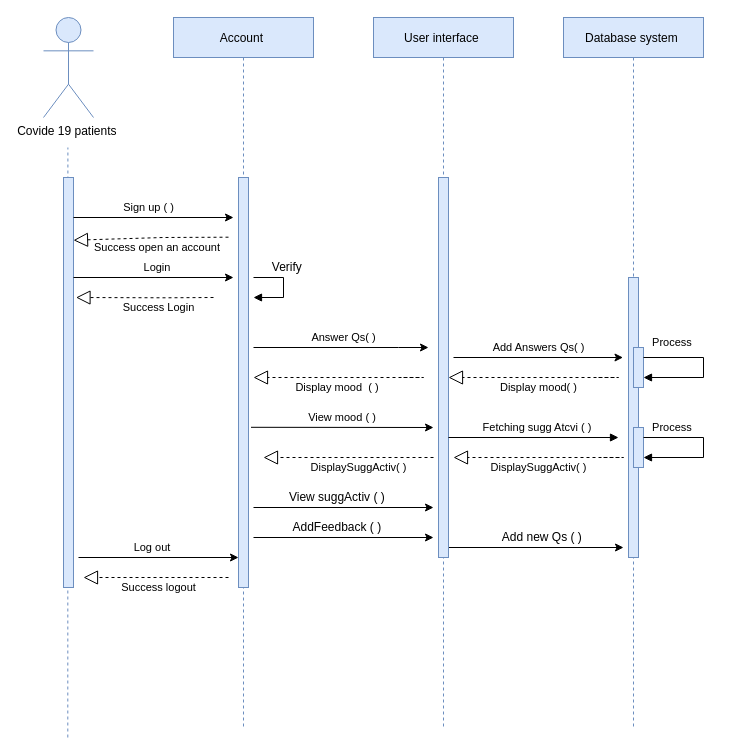
The draw.io diagram SeqDia_GP.drawio in Alaa-salm/lolo, before the edit. Source tidied: cells renumbered, new cells numbered last; positions are measured from the earlier drawing's top-left corner, leaving out a move shared by most shapes. Both pictures are drawn from the tidied source at 100%, with x=0, y=0 at pixel (43, 17).
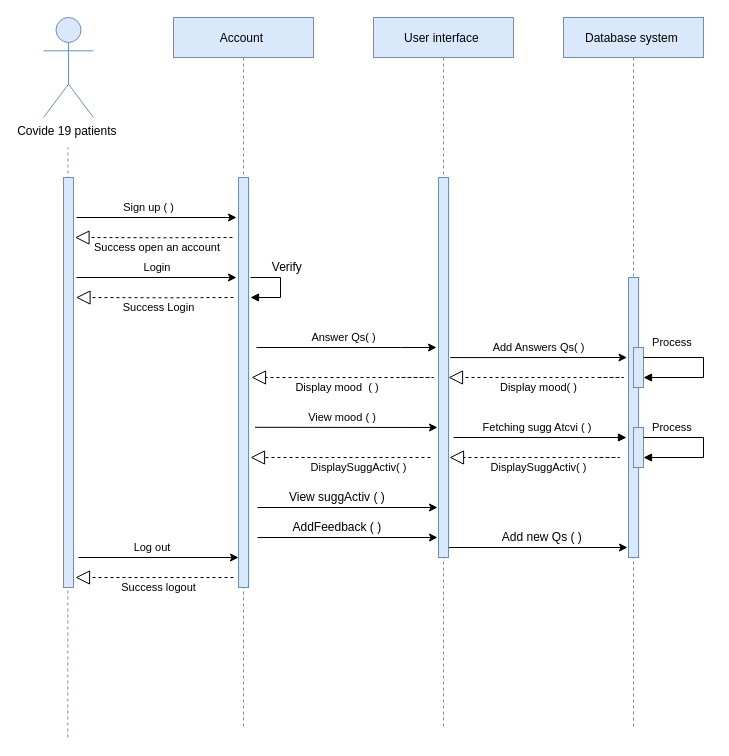
The same diagram, later.

The change refers to these unchanged cells:
```xml
<mxCell id="2" value="Database system " style="shape=umlLifeline;perimeter=lifelinePerimeter;rounded=0;shadow=0;strokeWidth=1;fillColor=#dae8fc;strokeColor=#6c8ebf;" parent="1" vertex="1">
  <mxGeometry x="520" width="140" height="710" as="geometry" />
</mxCell>
<mxCell id="14" value="User interface " style="shape=umlLifeline;perimeter=lifelinePerimeter;rounded=0;shadow=0;strokeWidth=1;fillColor=#dae8fc;strokeColor=#6c8ebf;" parent="1" vertex="1">
  <mxGeometry x="330" width="140" height="710" as="geometry" />
</mxCell>
<mxCell id="21" style="html=1;points=[];perimeter=orthogonalPerimeter;labelBorderColor=none;fillColor=#dae8fc;strokeColor=#6c8ebf;" parent="1" vertex="1">
  <mxGeometry x="20" y="160" width="10" height="410" as="geometry" />
</mxCell>
<mxCell id="22" value="Account " style="shape=umlLifeline;perimeter=lifelinePerimeter;rounded=0;shadow=0;strokeWidth=1;fillColor=#dae8fc;strokeColor=#6c8ebf;" parent="1" vertex="1">
  <mxGeometry x="130" width="140" height="710" as="geometry" />
</mxCell>
```

The edit, as a diff of the source:
```diff
@@
-    <mxCell id="10" style="endArrow=classic;html=1;rounded=0;fontSize=11;" parent="2" edge="1">
+    <mxCell id="10" style="endArrow=classic;html=1;rounded=0;fontSize=11;exitX=0.548;exitY=0.479;exitDx=0;exitDy=0;exitPerimeter=0;" parent="2" edge="1" source="14">
       <mxGeometry relative="1" as="geometry">
-        <mxPoint x="-110" y="340" as="sourcePoint" />
-        <mxPoint x="59.5" y="340" as="targetPoint" />
+        <mxPoint x="63.5" y="340" as="targetPoint" />
       </mxGeometry>
     </mxCell>
     <mxCell id="11" style="endArrow=block;dashed=1;endFill=0;endSize=12;html=1;rounded=0;fontSize=11;" parent="2" edge="1">
       <mxGeometry relative="1" as="geometry">
-        <mxPoint x="40" y="440" as="sourcePoint" />
-        <mxPoint x="-110" y="440" as="targetPoint" />
+        <mxPoint x="36" y="440" as="sourcePoint" />
+        <mxPoint x="-114" y="440" as="targetPoint" />
         <Array as="points">
-          <mxPoint x="50" y="440" />
-          <mxPoint x="60" y="440" />
-          <mxPoint x="40" y="440" />
+          <mxPoint x="46" y="440" />
+          <mxPoint x="56" y="440" />
+          <mxPoint x="36" y="440" />
         </Array>
       </mxGeometry>
     </mxCell>
@@
     <mxCell id="13" style="endArrow=classic;html=1;rounded=0;fontSize=11;" parent="2" edge="1">
       <mxGeometry relative="1" as="geometry">
-        <mxPoint x="-120" y="530" as="sourcePoint" />
-        <mxPoint x="60" y="530" as="targetPoint" />
+        <mxPoint x="-116" y="530" as="sourcePoint" />
+        <mxPoint x="64" y="530" as="targetPoint" />
       </mxGeometry>
     </mxCell>
@@
     <mxCell id="16" style="endArrow=classic;html=1;rounded=0;fontSize=11;" parent="14" edge="1">
       <mxGeometry relative="1" as="geometry">
-        <mxPoint x="-120" y="330" as="sourcePoint" />
-        <mxPoint x="55" y="330" as="targetPoint" />
+        <mxPoint x="-117" y="330" as="sourcePoint" />
+        <mxPoint x="63" y="330" as="targetPoint" />
         <Array as="points">
-          <mxPoint x="25" y="330" />
+          <mxPoint x="28" y="330" />
         </Array>
       </mxGeometry>
     </mxCell>
@@
     <mxCell id="18" style="endArrow=block;dashed=1;endFill=0;endSize=12;html=1;rounded=0;fontSize=11;" parent="14" edge="1">
       <mxGeometry relative="1" as="geometry">
-        <mxPoint x="30" y="360" as="sourcePoint" />
-        <mxPoint x="-120" y="360" as="targetPoint" />
+        <mxPoint x="28" y="360" as="sourcePoint" />
+        <mxPoint x="-122" y="360" as="targetPoint" />
         <Array as="points">
-          <mxPoint x="40" y="360" />
-          <mxPoint x="50" y="360" />
-          <mxPoint x="30" y="360" />
+          <mxPoint x="38" y="360" />
+          <mxPoint x="60" y="360" />
+          <mxPoint x="28" y="360" />
         </Array>
       </mxGeometry>
     </mxCell>
@@
     <mxCell id="25" style="edgeStyle=orthogonalEdgeStyle;html=1;align=left;spacingLeft=2;endArrow=block;rounded=0;" parent="22" edge="1">
       <mxGeometry x="-0.6" y="10" relative="1" as="geometry">
-        <mxPoint x="80" y="260" as="sourcePoint" />
-        <mxPoint x="80" y="280" as="targetPoint" />
+        <mxPoint x="77" y="260" as="sourcePoint" />
+        <mxPoint x="77" y="280" as="targetPoint" />
         <Array as="points">
-          <mxPoint x="110" y="260" />
-          <mxPoint x="110" y="280" />
+          <mxPoint x="107" y="260" />
+          <mxPoint x="107" y="280" />
         </Array>
       </mxGeometry>
     </mxCell>
@@
+    <mxCell id="54" style="endArrow=block;dashed=1;endFill=0;endSize=12;html=1;rounded=0;fontSize=11;entryX=1;entryY=0.153;entryDx=0;entryDy=0;entryPerimeter=0;" parent="22" edge="1">
+      <mxGeometry relative="1" as="geometry">
+        <mxPoint x="59" y="220" as="sourcePoint" />
+        <mxPoint x="-98.5" y="220" as="targetPoint" />
+        <Array as="points">
+          <mxPoint x="-8.5" y="220.3" />
+        </Array>
+      </mxGeometry>
+    </mxCell>
@@
-    <mxCell id="32" style="endArrow=block;dashed=1;endFill=0;endSize=12;html=1;rounded=0;fontSize=11;entryX=1;entryY=0.153;entryDx=0;entryDy=0;entryPerimeter=0;" parent="1" edge="1" target="21">
-      <mxGeometry relative="1" as="geometry">
-        <mxPoint x="185" y="219.7" as="sourcePoint" />
-        <Array as="points">
-          <mxPoint x="120" y="220" />
-        </Array>
-      </mxGeometry>
-    </mxCell>
     <mxCell id="33" style="endArrow=classic;html=1;rounded=0;fontSize=11;" parent="1" edge="1">
       <mxGeometry relative="1" as="geometry">
-        <mxPoint x="30" y="200" as="sourcePoint" />
-        <mxPoint x="190" y="200" as="targetPoint" />
+        <mxPoint x="33" y="200" as="sourcePoint" />
+        <mxPoint x="193" y="200" as="targetPoint" />
       </mxGeometry>
     </mxCell>
     <mxCell id="34" style="endArrow=classic;html=1;rounded=0;fontSize=11;" parent="1" edge="1">
       <mxGeometry relative="1" as="geometry">
-        <mxPoint x="30" y="260" as="sourcePoint" />
-        <mxPoint x="190" y="260" as="targetPoint" />
+        <mxPoint x="33" y="260" as="sourcePoint" />
+        <mxPoint x="193" y="260" as="targetPoint" />
       </mxGeometry>
     </mxCell>
@@
     <mxCell id="37" style="endArrow=block;dashed=1;endFill=0;endSize=12;html=1;rounded=0;fontSize=11;entryX=1;entryY=0.153;entryDx=0;entryDy=0;entryPerimeter=0;" parent="1" edge="1">
       <mxGeometry relative="1" as="geometry">
-        <mxPoint x="170" y="280" as="sourcePoint" />
+        <mxPoint x="190" y="280" as="sourcePoint" />
         <mxPoint x="32.5" y="280" as="targetPoint" />
         <Array as="points">
           <mxPoint x="122.5" y="280.3" />
         </Array>
       </mxGeometry>
     </mxCell>
@@
     <mxCell id="41" style="endArrow=block;dashed=1;endFill=0;endSize=12;html=1;rounded=0;fontSize=11;" parent="1" edge="1">
       <mxGeometry relative="1" as="geometry">
         <mxPoint x="555" y="360" as="sourcePoint" />
         <mxPoint x="405" y="360" as="targetPoint" />
         <Array as="points">
           <mxPoint x="565" y="360" />
-          <mxPoint x="575" y="360" />
+          <mxPoint x="580" y="360" />
           <mxPoint x="555" y="360" />
         </Array>
       </mxGeometry>
     </mxCell>
@@
     <mxCell id="43" style="endArrow=block;endFill=1;html=1;edgeStyle=orthogonalEdgeStyle;align=left;verticalAlign=top;rounded=0;fontSize=11;" parent="1" edge="1">
       <mxGeometry x="-1" y="-96" relative="1" as="geometry">
-        <mxPoint x="405" y="420" as="sourcePoint" />
-        <mxPoint x="575" y="420" as="targetPoint" />
+        <mxPoint x="410" y="420" as="sourcePoint" />
+        <mxPoint x="583" y="420" as="targetPoint" />
         <mxPoint x="-65" y="-26" as="offset" />
       </mxGeometry>
     </mxCell>
@@
     <mxCell id="47" style="endArrow=block;dashed=1;endFill=0;endSize=12;html=1;rounded=0;fontSize=11;" parent="1" edge="1">
       <mxGeometry relative="1" as="geometry">
-        <mxPoint x="390" y="440" as="sourcePoint" />
-        <mxPoint x="220" y="440" as="targetPoint" />
+        <mxPoint x="387" y="440" as="sourcePoint" />
+        <mxPoint x="207" y="440" as="targetPoint" />
       </mxGeometry>
     </mxCell>
     <mxCell id="48" style="endArrow=classic;html=1;rounded=0;fontSize=11;" parent="1" edge="1">
       <mxGeometry relative="1" as="geometry">
-        <mxPoint x="210" y="490" as="sourcePoint" />
-        <mxPoint x="390" y="490" as="targetPoint" />
+        <mxPoint x="214" y="490" as="sourcePoint" />
+        <mxPoint x="394" y="490" as="targetPoint" />
       </mxGeometry>
     </mxCell>
     <mxCell id="49" style="endArrow=classic;html=1;rounded=0;fontSize=11;" parent="1" edge="1">
       <mxGeometry relative="1" as="geometry">
-        <mxPoint x="207.5" y="409.8" as="sourcePoint" />
-        <mxPoint x="390" y="410" as="targetPoint" />
+        <mxPoint x="211.5" y="409.8" as="sourcePoint" />
+        <mxPoint x="394" y="410" as="targetPoint" />
       </mxGeometry>
     </mxCell>
@@
     <mxCell id="51" style="endArrow=classic;html=1;rounded=0;fontSize=11;" parent="1" edge="1">
       <mxGeometry relative="1" as="geometry">
-        <mxPoint x="210" y="520" as="sourcePoint" />
-        <mxPoint x="390" y="520" as="targetPoint" />
+        <mxPoint x="214" y="520" as="sourcePoint" />
+        <mxPoint x="394" y="520" as="targetPoint" />
       </mxGeometry>
     </mxCell>
@@
     <mxCell id="53" style="endArrow=block;dashed=1;endFill=0;endSize=12;html=1;rounded=0;fontSize=11;" parent="1" edge="1">
       <mxGeometry relative="1" as="geometry">
-        <mxPoint x="185" y="560" as="sourcePoint" />
-        <mxPoint x="40" y="560" as="targetPoint" />
+        <mxPoint x="190" y="560" as="sourcePoint" />
+        <mxPoint x="32" y="560" as="targetPoint" />
       </mxGeometry>
     </mxCell>
```
